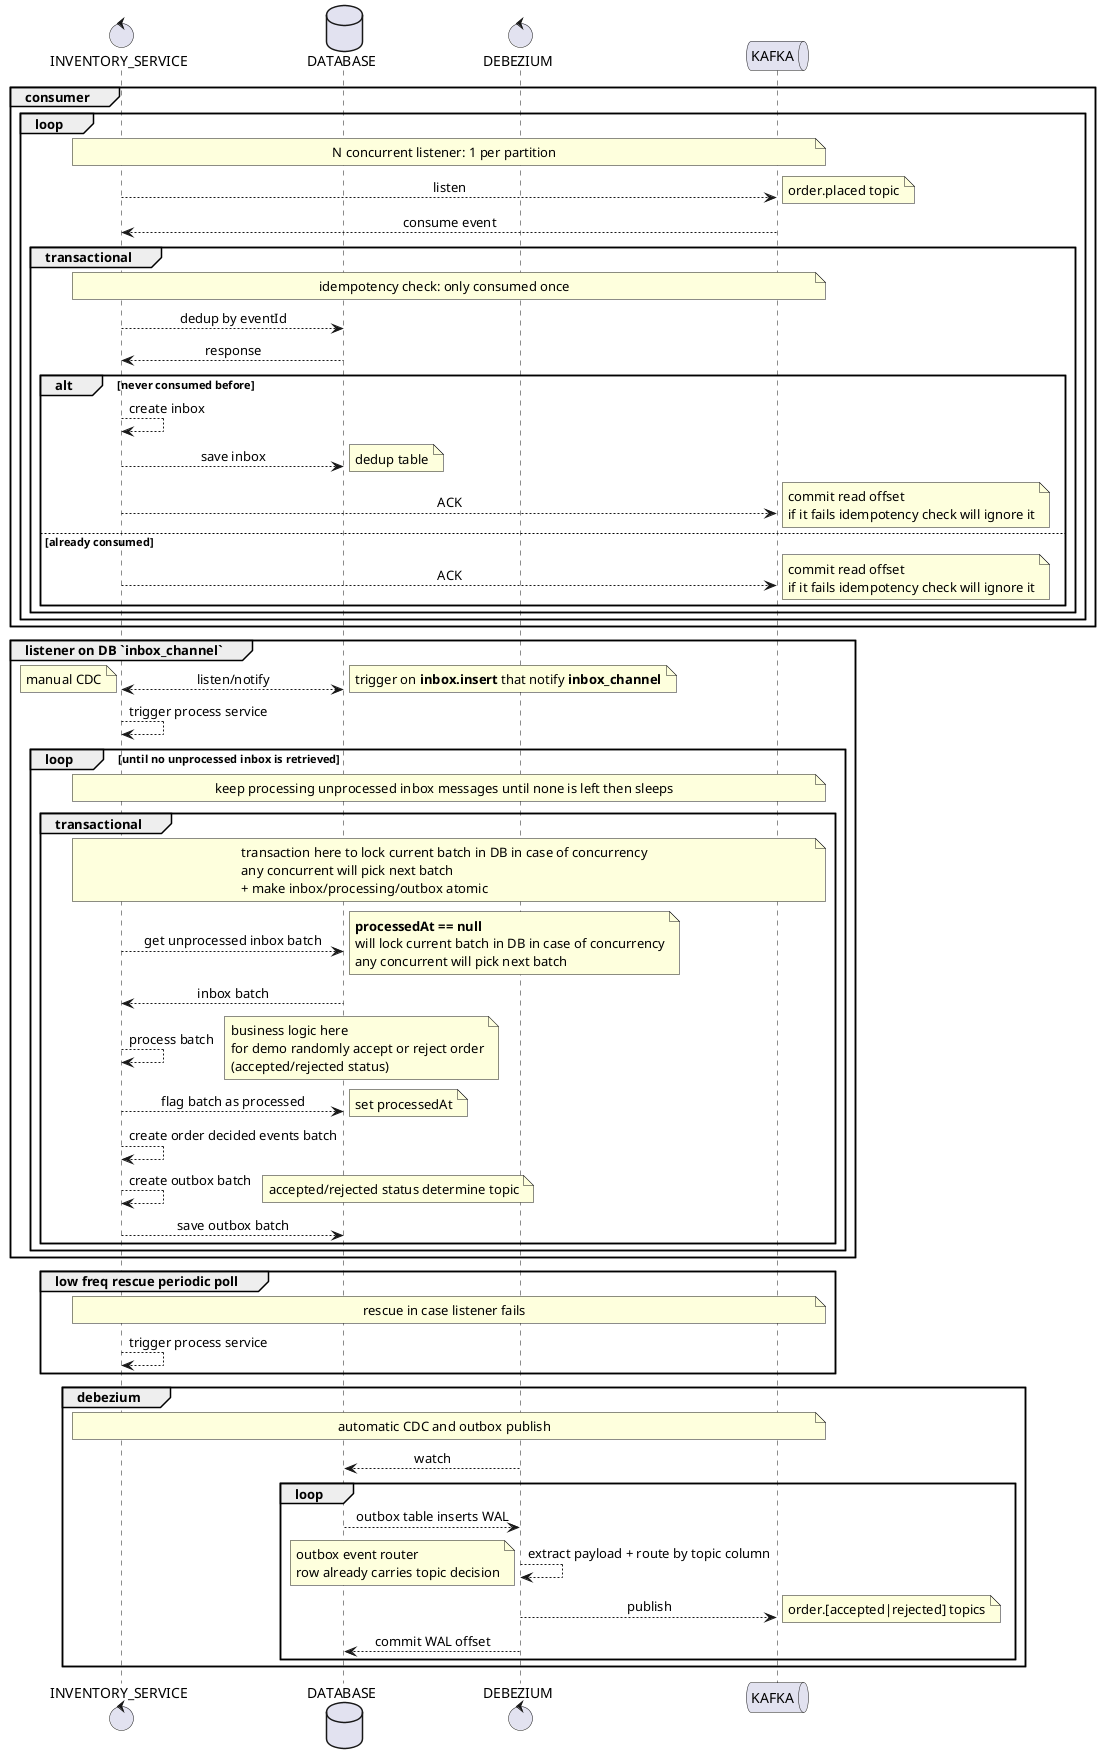
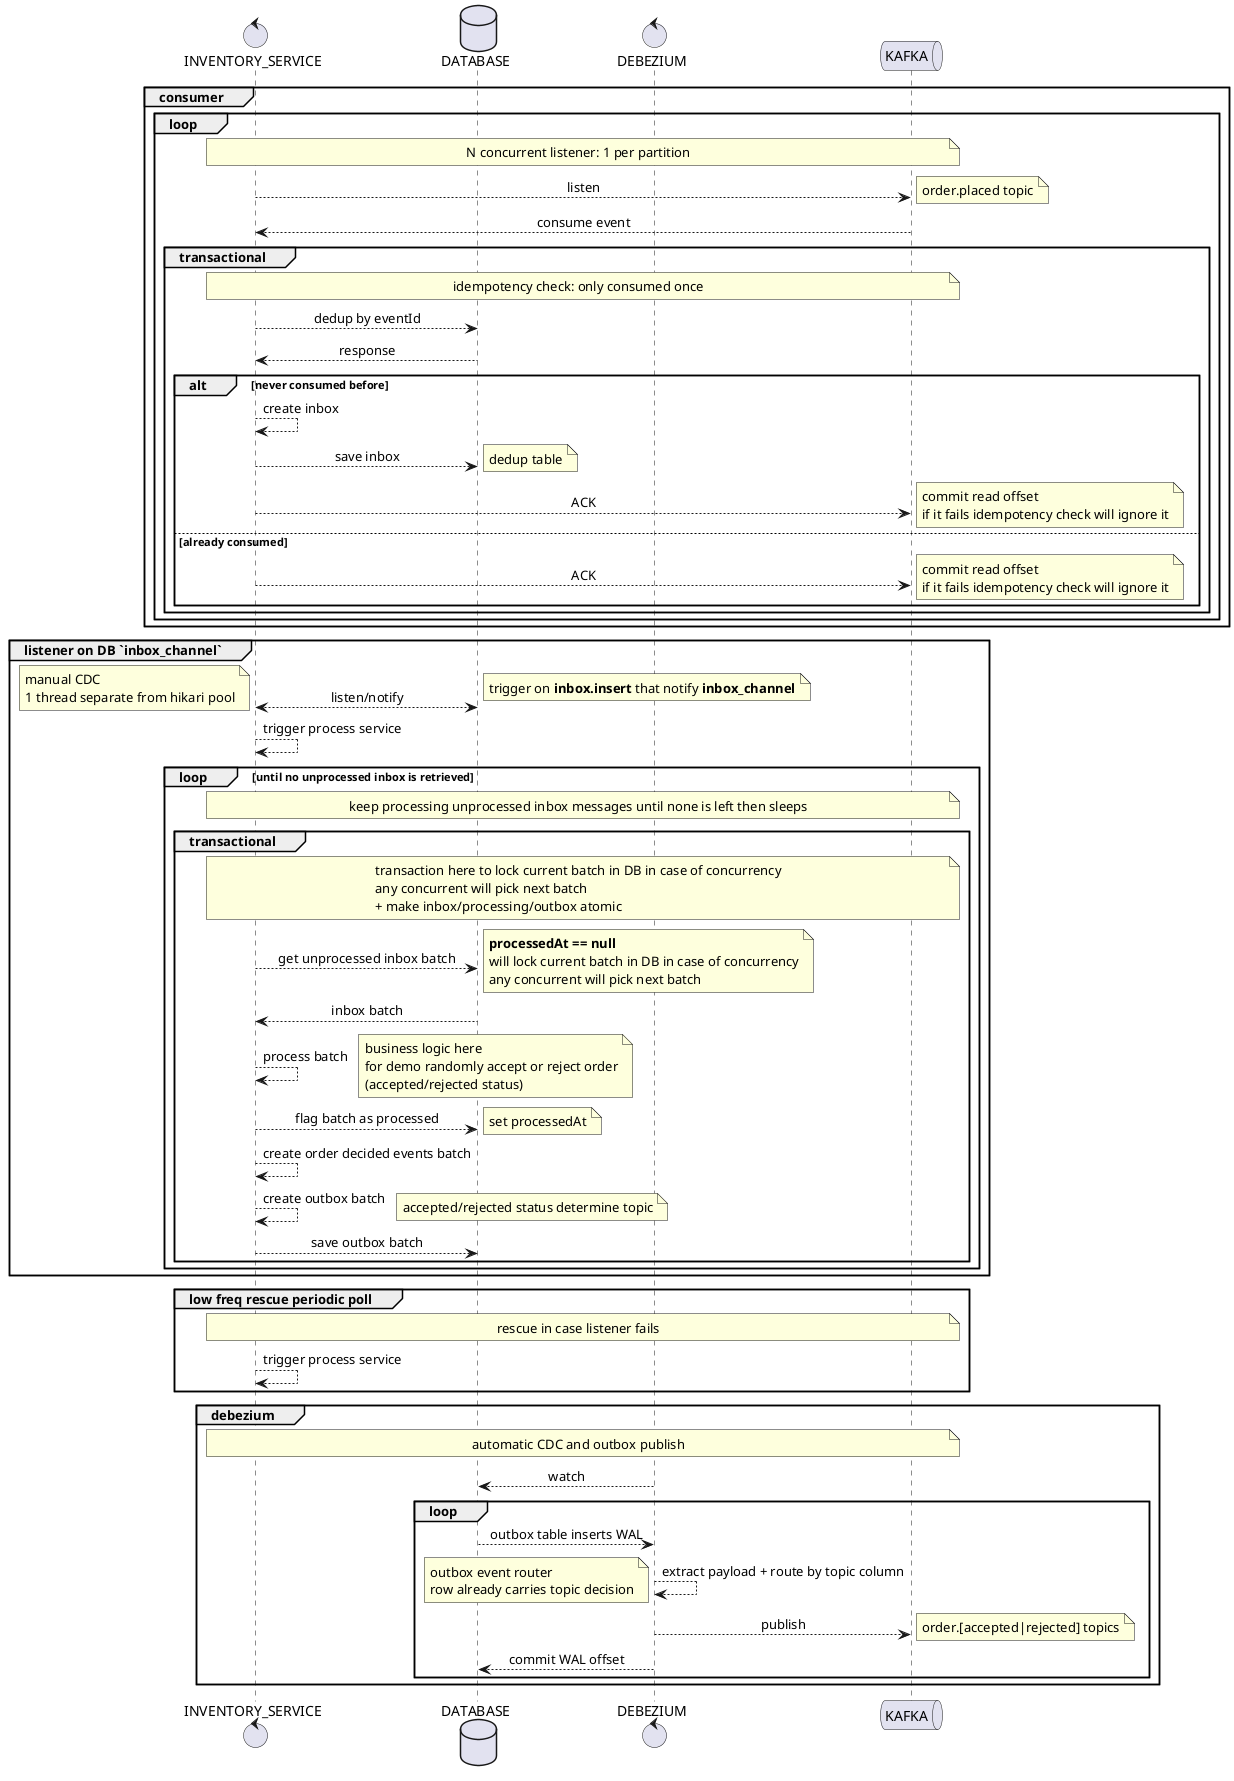
@startuml
skinparam sequenceMessageAlign center

control INVENTORY_SERVICE as SERVICE
database DATABASE as DB
control DEBEZIUM as Z
queue KAFKA as K

group consumer
    loop
        note across: N concurrent listener: 1 per partition
        SERVICE --> K: listen
        note right: order.placed topic
        K --> SERVICE: consume event
        group transactional
            note across: idempotency check: only consumed once
            SERVICE --> DB: dedup by eventId
            DB --> SERVICE: response
            alt never consumed before
                SERVICE --> SERVICE: create inbox
                SERVICE --> DB: save inbox
                note right: dedup table
                SERVICE --> K: ACK
                note right: commit read offset\nif it fails idempotency check will ignore it
            else already consumed
                SERVICE --> K: ACK
                note right: commit read offset\nif it fails idempotency check will ignore it
            end
        end
    end
end

group listener on DB `inbox_channel`
    SERVICE <--> DB: listen/notify
-     note left: manual CDC
+     note left: manual CDC\n1 thread separate from hikari pool
    note right: trigger on **inbox.insert** that notify **inbox_channel**
    SERVICE --> SERVICE: trigger process service
    loop until no unprocessed inbox is retrieved
        note across: keep processing unprocessed inbox messages until none is left then sleeps
        group transactional
            note across: transaction here to lock current batch in DB in case of concurrency\nany concurrent will pick next batch\n+ make inbox/processing/outbox atomic
            SERVICE --> DB: get unprocessed inbox batch
            note right: **processedAt == null**\nwill lock current batch in DB in case of concurrency\nany concurrent will pick next batch
            DB --> SERVICE: inbox batch
            SERVICE --> SERVICE: process batch
            note right: business logic here\nfor demo randomly accept or reject order\n(accepted/rejected status)
            SERVICE --> DB: flag batch as processed
            note right: set processedAt
            SERVICE --> SERVICE: create order decided events batch
            SERVICE --> SERVICE: create outbox batch
            note right: accepted/rejected status determine topic
            SERVICE --> DB: save outbox batch
        end
    end
end

group low freq rescue periodic poll
    note across: rescue in case listener fails
    SERVICE --> SERVICE: trigger process service
end

group debezium
    note across: automatic CDC and outbox publish
    Z --> DB: watch
    loop
        DB --> Z: outbox table inserts WAL
        Z --> Z: extract payload + route by topic column
        note left: outbox event router\nrow already carries topic decision
        Z --> K: publish
        note right: order.[accepted|rejected] topics
        Z --> DB: commit WAL offset
    end
end
@enduml
